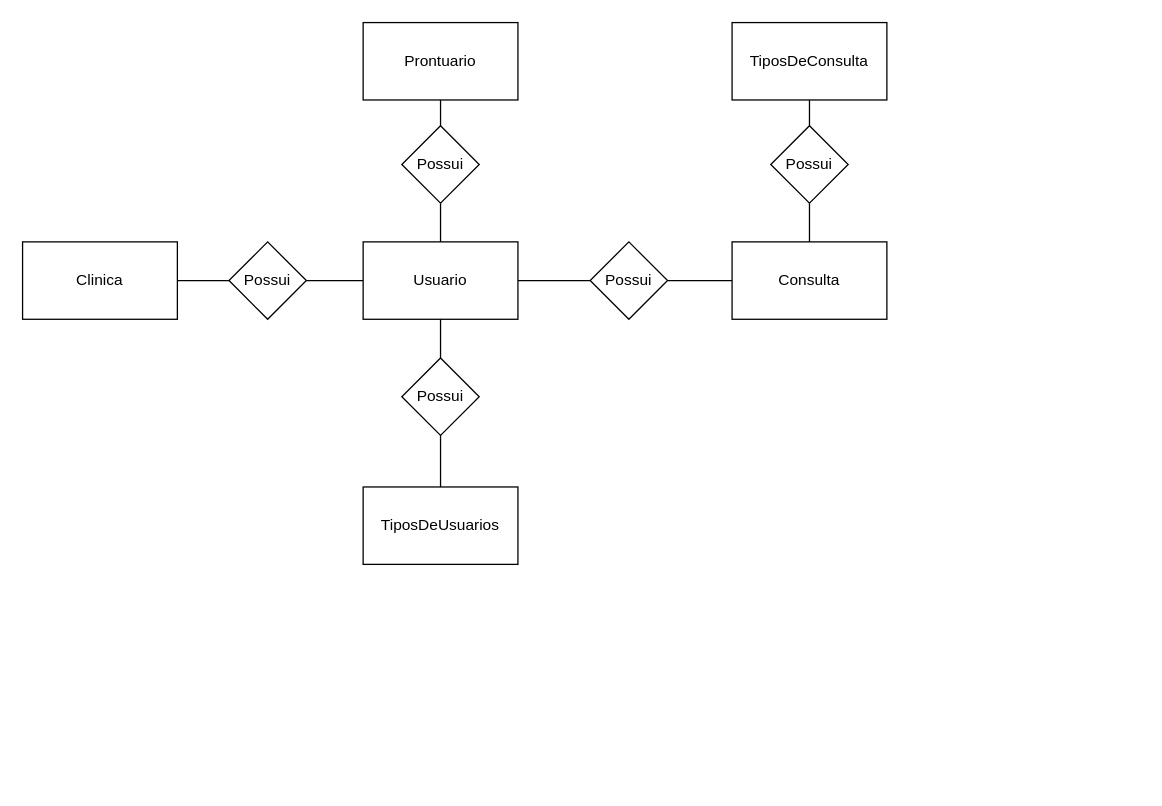
This is Banco-de-dados/HealthClinic.drawio from MarceloAC04/Projeto_Health-Clinic, a draw.io file, before an edit. Source tidied: cells renumbered, new cells numbered last; positions are measured from the earlier drawing's top-left corner, leaving out a move shared by most shapes. Both pictures are drawn from the tidied source at 129%, with x=0, y=0 at pixel (22, 22).
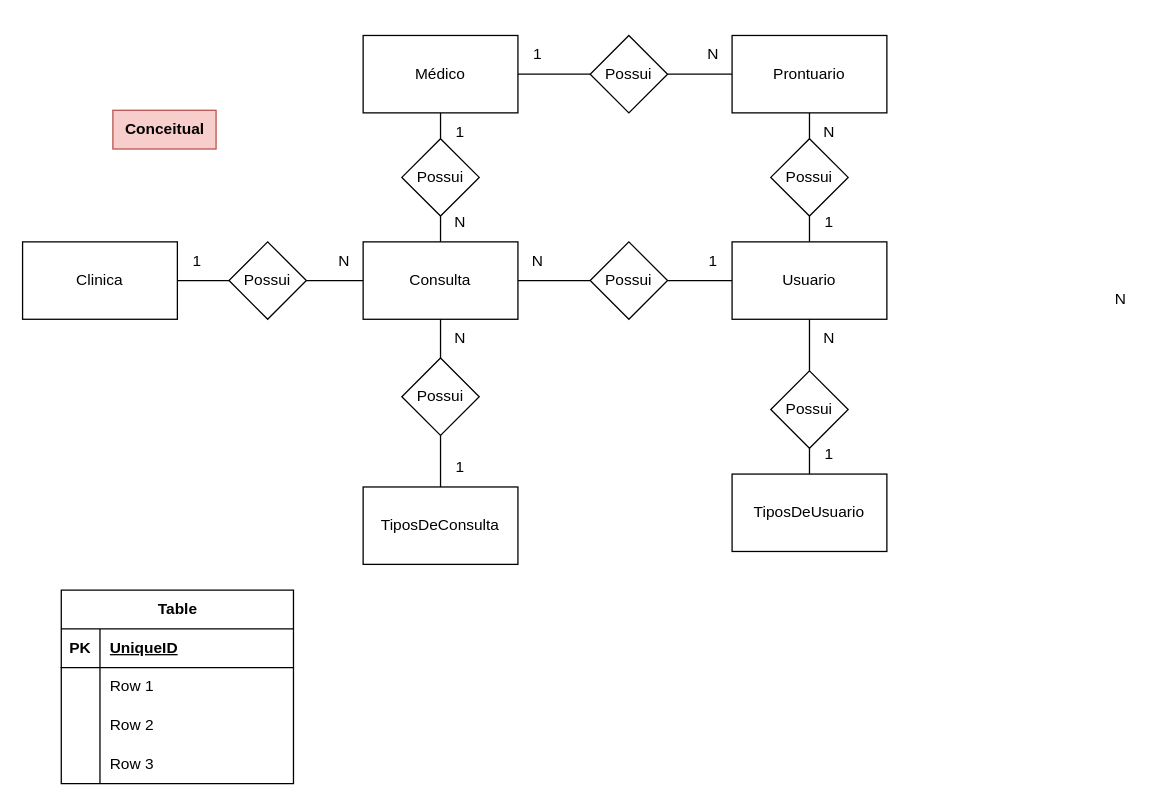
The same diagram, later.

Commit message:
Criado o diagrama conceitual

The edit, as a diff of the source:
```diff
@@
-    <mxCell id="2" value="TiposDeUsuarios" style="rounded=0;whiteSpace=wrap;html=1;" parent="1" vertex="1">
+    <mxCell id="2" value="TiposDeConsulta" style="rounded=0;whiteSpace=wrap;html=1;" parent="1" vertex="1">
       <mxGeometry x="264" y="360" width="120" height="60" as="geometry" />
     </mxCell>
-    <mxCell id="3" style="edgeStyle=orthogonalEdgeStyle;rounded=0;jettySize=auto;html=1;entryX=0.5;entryY=0;entryDx=0;entryDy=0;endArrow=none;endFill=0;" parent="1" edge="1" source="4" target="22">
+    <mxCell id="3" style="edgeStyle=orthogonalEdgeStyle;rounded=0;jettySize=auto;html=1;entryX=0.5;entryY=1;entryDx=0;entryDy=0;endArrow=none;endFill=0;" parent="1" edge="1" source="4" target="22">
       <mxGeometry relative="1" as="geometry" />
     </mxCell>
-    <mxCell id="4" value="TiposDeConsulta" style="rounded=0;whiteSpace=wrap;html=1;" parent="1" vertex="1">
-      <mxGeometry x="550" width="120" height="60" as="geometry" />
+    <mxCell id="4" value="TiposDeUsuario" style="rounded=0;whiteSpace=wrap;html=1;" parent="1" vertex="1">
+      <mxGeometry x="550" y="350" width="120" height="60" as="geometry" />
     </mxCell>
@@
-    <mxCell id="6" value="Usuario" style="rounded=0;whiteSpace=wrap;html=1;" parent="1" vertex="1">
+    <mxCell id="6" value="Consulta" style="rounded=0;whiteSpace=wrap;html=1;" parent="1" vertex="1">
       <mxGeometry x="264" y="170" width="120" height="60" as="geometry" />
     </mxCell>
-    <mxCell id="7" value="Consulta" style="rounded=0;whiteSpace=wrap;html=1;" parent="1" vertex="1">
+    <mxCell id="7" value="Usuario" style="rounded=0;whiteSpace=wrap;html=1;" parent="1" vertex="1">
       <mxGeometry x="550" y="170" width="120" height="60" as="geometry" />
     </mxCell>
@@
-    <mxCell id="9" value="Prontuario" style="rounded=0;whiteSpace=wrap;html=1;" parent="1" vertex="1">
-      <mxGeometry x="264" width="120" height="60" as="geometry" />
+    <mxCell id="9" value="Médico" style="rounded=0;whiteSpace=wrap;html=1;" parent="1" vertex="1">
+      <mxGeometry x="264" y="10" width="120" height="60" as="geometry" />
     </mxCell>
@@
     <mxCell id="15" value="Possui" style="rhombus;whiteSpace=wrap;html=1;" parent="1" vertex="1">
-      <mxGeometry x="294" y="80" width="60" height="60" as="geometry" />
+      <mxGeometry x="294" y="90" width="60" height="60" as="geometry" />
     </mxCell>
@@
-    <mxCell id="21" style="edgeStyle=orthogonalEdgeStyle;rounded=0;jettySize=auto;html=1;entryX=0.5;entryY=0;entryDx=0;entryDy=0;endArrow=none;endFill=0;" parent="1" edge="1" source="22" target="7">
+    <mxCell id="21" style="edgeStyle=orthogonalEdgeStyle;rounded=0;jettySize=auto;html=1;entryX=0.5;entryY=1;entryDx=0;entryDy=0;endArrow=none;endFill=0;" parent="1" edge="1" source="22" target="7">
       <mxGeometry relative="1" as="geometry" />
     </mxCell>
     <mxCell id="22" value="Possui" style="rhombus;whiteSpace=wrap;html=1;" parent="1" vertex="1">
-      <mxGeometry x="580" y="80" width="60" height="60" as="geometry" />
+      <mxGeometry x="580" y="270" width="60" height="60" as="geometry" />
     </mxCell>
+    <mxCell id="23" style="edgeStyle=orthogonalEdgeStyle;rounded=0;jettySize=auto;html=1;entryX=0.5;entryY=0.167;entryDx=0;entryDy=0;entryPerimeter=0;endArrow=none;endFill=0;" parent="1" edge="1" source="25" target="31">
+      <mxGeometry relative="1" as="geometry" />
+    </mxCell>
+    <mxCell id="24" style="edgeStyle=orthogonalEdgeStyle;rounded=0;jettySize=auto;html=1;entryX=1;entryY=0.5;entryDx=0;entryDy=0;endArrow=none;endFill=0;" parent="1" edge="1" source="25" target="29">
+      <mxGeometry relative="1" as="geometry" />
+    </mxCell>
+    <mxCell id="25" value="Prontuario" style="rounded=0;whiteSpace=wrap;html=1;" parent="1" vertex="1">
+      <mxGeometry x="550" y="10" width="120" height="60" as="geometry" />
+    </mxCell>
+    <mxCell id="26" value="1" style="text;html=1;align=center;verticalAlign=middle;strokeColor=none;fillColor=none;" parent="1" vertex="1">
+      <mxGeometry x="324" y="330" width="30" height="30" as="geometry" />
+    </mxCell>
+    <mxCell id="27" value="N" style="text;html=1;align=center;verticalAlign=middle;strokeColor=none;fillColor=none;" parent="1" vertex="1">
+      <mxGeometry x="324" y="230" width="30" height="30" as="geometry" />
+    </mxCell>
+    <mxCell id="28" style="edgeStyle=orthogonalEdgeStyle;rounded=0;jettySize=auto;html=1;endArrow=none;endFill=0;" parent="1" edge="1" source="29" target="9">
+      <mxGeometry relative="1" as="geometry" />
+    </mxCell>
+    <mxCell id="29" value="Possui" style="rhombus;whiteSpace=wrap;html=1;" parent="1" vertex="1">
+      <mxGeometry x="440" y="10" width="60" height="60" as="geometry" />
+    </mxCell>
+    <mxCell id="30" style="edgeStyle=orthogonalEdgeStyle;rounded=0;jettySize=auto;html=1;entryX=0.5;entryY=0;entryDx=0;entryDy=0;endArrow=none;endFill=0;" parent="1" edge="1" source="31" target="7">
+      <mxGeometry relative="1" as="geometry" />
+    </mxCell>
+    <mxCell id="31" value="Possui" style="rhombus;whiteSpace=wrap;html=1;" parent="1" vertex="1">
+      <mxGeometry x="580" y="90" width="60" height="60" as="geometry" />
+    </mxCell>
+    <mxCell id="32" value="1" style="text;html=1;align=center;verticalAlign=middle;strokeColor=none;fillColor=none;" parent="1" vertex="1">
+      <mxGeometry x="120" y="170" width="30" height="30" as="geometry" />
+    </mxCell>
+    <mxCell id="33" value="N" style="text;html=1;align=center;verticalAlign=middle;strokeColor=none;fillColor=none;" parent="1" vertex="1">
+      <mxGeometry x="234" y="170" width="30" height="30" as="geometry" />
+    </mxCell>
+    <mxCell id="34" value="1" style="text;html=1;align=center;verticalAlign=middle;strokeColor=none;fillColor=none;" parent="1" vertex="1">
+      <mxGeometry x="324" y="70" width="30" height="30" as="geometry" />
+    </mxCell>
+    <mxCell id="35" value="N" style="text;html=1;align=center;verticalAlign=middle;strokeColor=none;fillColor=none;" parent="1" vertex="1">
+      <mxGeometry x="324" y="140" width="30" height="30" as="geometry" />
+    </mxCell>
+    <mxCell id="36" value="1" style="text;html=1;align=center;verticalAlign=middle;strokeColor=none;fillColor=none;" parent="1" vertex="1">
+      <mxGeometry x="384" y="10" width="30" height="30" as="geometry" />
+    </mxCell>
+    <mxCell id="37" value="N" style="text;html=1;align=center;verticalAlign=middle;strokeColor=none;fillColor=none;" parent="1" vertex="1">
+      <mxGeometry x="520" y="10" width="30" height="30" as="geometry" />
+    </mxCell>
+    <mxCell id="38" value="1" style="text;html=1;align=center;verticalAlign=middle;strokeColor=none;fillColor=none;" parent="1" vertex="1">
+      <mxGeometry x="520" y="170" width="30" height="30" as="geometry" />
+    </mxCell>
+    <mxCell id="39" value="N" style="text;html=1;align=center;verticalAlign=middle;strokeColor=none;fillColor=none;" parent="1" vertex="1">
+      <mxGeometry x="610" y="70" width="30" height="30" as="geometry" />
+    </mxCell>
+    <mxCell id="40" value="1" style="text;html=1;align=center;verticalAlign=middle;strokeColor=none;fillColor=none;" parent="1" vertex="1">
+      <mxGeometry x="610" y="320" width="30" height="30" as="geometry" />
+    </mxCell>
+    <mxCell id="41" value="N" style="text;html=1;align=center;verticalAlign=middle;strokeColor=none;fillColor=none;" parent="1" vertex="1">
+      <mxGeometry x="610" y="230" width="30" height="30" as="geometry" />
+    </mxCell>
+    <mxCell id="42" value="N" style="text;html=1;align=center;verticalAlign=middle;strokeColor=none;fillColor=none;" parent="1" vertex="1">
+      <mxGeometry x="384" y="170" width="30" height="30" as="geometry" />
+    </mxCell>
+    <mxCell id="43" value="N" style="text;html=1;align=center;verticalAlign=middle;strokeColor=none;fillColor=none;" parent="1" vertex="1">
+      <mxGeometry x="836" y="200" width="30" height="30" as="geometry" />
+    </mxCell>
+    <mxCell id="44" value="1" style="text;html=1;align=center;verticalAlign=middle;strokeColor=none;fillColor=none;" parent="1" vertex="1">
+      <mxGeometry x="610" y="140" width="30" height="30" as="geometry" />
+    </mxCell>
+    <mxCell id="45" value="Conceitual" style="text;html=1;align=center;verticalAlign=middle;strokeColor=#b85450;fillColor=#f8cecc;fontStyle=1;" parent="1" vertex="1">
+      <mxGeometry x="70" y="68" width="80" height="30" as="geometry" />
+    </mxCell>
+    <mxCell id="46" value="Table" style="shape=table;startSize=30;childLayout=tableLayout;rowLines=0;fontStyle=1;align=center;html=1;" parent="1" vertex="1">
+      <mxGeometry x="30" y="440" width="180" height="150" as="geometry" />
+    </mxCell>
+    <mxCell id="47" style="shape=tableRow;horizontal=0;startSize=0;swimlaneHead=0;swimlaneBody=0;fillColor=none;top=0;left=0;right=0;bottom=1;" parent="46" vertex="1">
+      <mxGeometry y="30" width="180" height="30" as="geometry" />
+    </mxCell>
+    <mxCell id="48" value="PK" style="shape=partialRectangle;fillColor=none;top=0;left=0;bottom=0;right=0;fontStyle=1;overflow=hidden;whiteSpace=wrap;html=1;" parent="47" vertex="1">
+      <mxGeometry width="30" height="30" as="geometry" />
+    </mxCell>
+    <mxCell id="49" value="UniqueID" style="shape=partialRectangle;fillColor=none;top=0;left=0;bottom=0;right=0;align=left;spacingLeft=6;fontStyle=5;overflow=hidden;whiteSpace=wrap;html=1;" parent="47" vertex="1">
+      <mxGeometry x="30" width="150" height="30" as="geometry" />
+    </mxCell>
+    <mxCell id="50" style="shape=tableRow;horizontal=0;startSize=0;swimlaneHead=0;swimlaneBody=0;fillColor=none;top=0;left=0;right=0;bottom=0;" parent="46" vertex="1">
+      <mxGeometry y="60" width="180" height="30" as="geometry" />
+    </mxCell>
+    <mxCell id="51" style="shape=partialRectangle;fillColor=none;top=0;left=0;bottom=0;right=0;overflow=hidden;whiteSpace=wrap;html=1;" parent="50" vertex="1">
+      <mxGeometry width="30" height="30" as="geometry" />
+    </mxCell>
+    <mxCell id="52" value="Row 1" style="shape=partialRectangle;fillColor=none;top=0;left=0;bottom=0;right=0;align=left;spacingLeft=6;overflow=hidden;whiteSpace=wrap;html=1;" parent="50" vertex="1">
+      <mxGeometry x="30" width="150" height="30" as="geometry" />
+    </mxCell>
+    <mxCell id="53" style="shape=tableRow;horizontal=0;startSize=0;swimlaneHead=0;swimlaneBody=0;fillColor=none;top=0;left=0;right=0;bottom=0;" parent="46" vertex="1">
+      <mxGeometry y="90" width="180" height="30" as="geometry" />
+    </mxCell>
+    <mxCell id="54" style="shape=partialRectangle;fillColor=none;top=0;left=0;bottom=0;right=0;overflow=hidden;whiteSpace=wrap;html=1;" parent="53" vertex="1">
+      <mxGeometry width="30" height="30" as="geometry" />
+    </mxCell>
+    <mxCell id="55" value="Row 2" style="shape=partialRectangle;fillColor=none;top=0;left=0;bottom=0;right=0;align=left;spacingLeft=6;overflow=hidden;whiteSpace=wrap;html=1;" parent="53" vertex="1">
+      <mxGeometry x="30" width="150" height="30" as="geometry" />
+    </mxCell>
+    <mxCell id="56" style="shape=tableRow;horizontal=0;startSize=0;swimlaneHead=0;swimlaneBody=0;fillColor=none;top=0;left=0;right=0;bottom=0;" parent="46" vertex="1">
+      <mxGeometry y="120" width="180" height="30" as="geometry" />
+    </mxCell>
+    <mxCell id="57" style="shape=partialRectangle;fillColor=none;top=0;left=0;bottom=0;right=0;overflow=hidden;whiteSpace=wrap;html=1;" parent="56" vertex="1">
+      <mxGeometry width="30" height="30" as="geometry" />
+    </mxCell>
+    <mxCell id="58" value="Row 3" style="shape=partialRectangle;fillColor=none;top=0;left=0;bottom=0;right=0;align=left;spacingLeft=6;overflow=hidden;whiteSpace=wrap;html=1;" parent="56" vertex="1">
+      <mxGeometry x="30" width="150" height="30" as="geometry" />
+    </mxCell>
```
